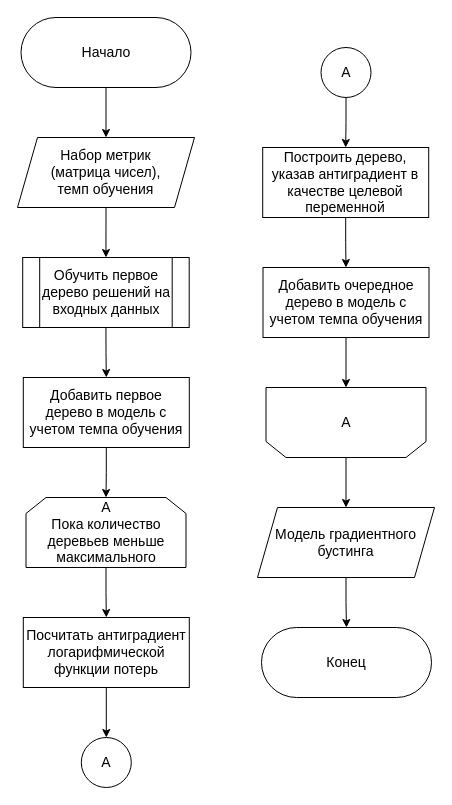
ilyasssklimov/bmstu_DefectDetection keeps this draw.io diagram as page "boosting" (2 of 4) of doc/inc/design/design.drawio. Above is the earlier version. Source tidied: cells renumbered, new cells numbered last; positions are measured from the earlier drawing's top-left corner, leaving out a move shared by most shapes. Both pictures are drawn from the tidied source at 100%, with x=0, y=0 at pixel (17, 17).
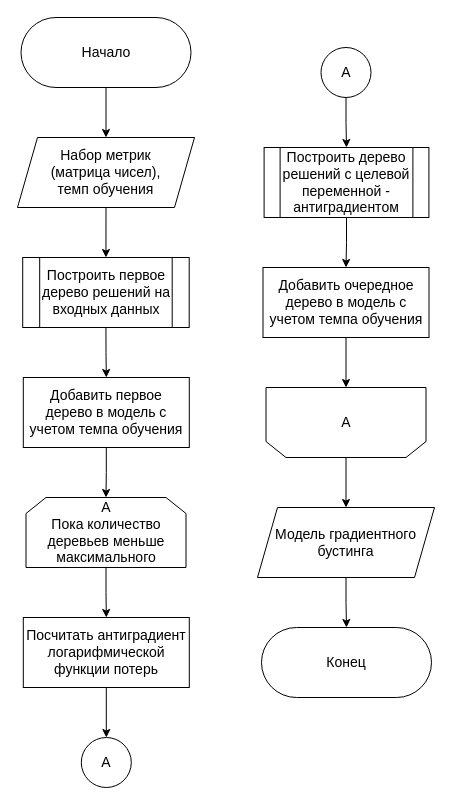
The same page after the edit.

Unchanged cells that the change refers to:
```xml
<mxCell id="16" value="&lt;font style=&quot;font-size: 14px;&quot;&gt;Добавить очередное дерево в модель с учетом темпа обучения&lt;/font&gt;" style="rounded=0;whiteSpace=wrap;html=1;" parent="1" vertex="1">
  <mxGeometry x="245.5" y="250" width="166" height="70" as="geometry" />
</mxCell>
<mxCell id="23" value="&lt;font style=&quot;font-size: 14px;&quot;&gt;А&lt;/font&gt;" style="ellipse;whiteSpace=wrap;html=1;" parent="1" vertex="1">
  <mxGeometry x="303.5" y="30" width="50" height="50" as="geometry" />
</mxCell>
```

Change to the diagram source:
```diff
@@
-    <mxCell id="12" style="edgeStyle=orthogonalEdgeStyle;rounded=0;jettySize=auto;html=1;exitX=0.5;exitY=1;exitDx=0;exitDy=0;entryX=0.5;entryY=0;entryDx=0;entryDy=0;" parent="1" edge="1" source="13" target="16">
+    <mxCell id="12" style="edgeStyle=orthogonalEdgeStyle;rounded=0;jettySize=auto;html=1;exitX=0.5;exitY=1;exitDx=0;exitDy=0;entryX=0.5;entryY=0;entryDx=0;entryDy=0;" parent="1" edge="1" source="28" target="16">
       <mxGeometry relative="1" as="geometry" />
     </mxCell>
-    <mxCell id="13" value="&lt;font style=&quot;font-size: 14px;&quot;&gt;Построить дерево, указав антиградиент в качестве целевой переменной&lt;br&gt;&lt;/font&gt;" style="rounded=0;whiteSpace=wrap;html=1;" parent="1" vertex="1">
-      <mxGeometry x="245.2" y="130" width="166" height="70" as="geometry" />
-    </mxCell>
@@
-    <mxCell id="22" style="edgeStyle=orthogonalEdgeStyle;rounded=0;jettySize=auto;html=1;exitX=0.5;exitY=1;exitDx=0;exitDy=0;entryX=0.5;entryY=0;entryDx=0;entryDy=0;" parent="1" edge="1" source="23" target="13">
+    <mxCell id="22" style="edgeStyle=orthogonalEdgeStyle;rounded=0;jettySize=auto;html=1;exitX=0.5;exitY=1;exitDx=0;exitDy=0;entryX=0.5;entryY=0;entryDx=0;entryDy=0;" parent="1" edge="1" source="23" target="28">
       <mxGeometry relative="1" as="geometry" />
     </mxCell>
@@
-    <mxCell id="24" value="&lt;div&gt;&lt;font style=&quot;font-size: 14px;&quot;&gt;Обучить первое дерево решений на входных данных&lt;br&gt;&lt;/font&gt;&lt;/div&gt;" style="shape=process;whiteSpace=wrap;html=1;backgroundOutline=1;" parent="1" vertex="1">
+    <mxCell id="24" value="&lt;div&gt;&lt;font style=&quot;font-size: 14px;&quot;&gt;Построить первое дерево решений на входных данных&lt;br&gt;&lt;/font&gt;&lt;/div&gt;" style="shape=process;whiteSpace=wrap;html=1;backgroundOutline=1;" parent="1" vertex="1">
       <mxGeometry x="5.2" y="240" width="166.5" height="70" as="geometry" />
     </mxCell>
@@
+    <mxCell id="28" value="&lt;div&gt;&lt;font style=&quot;font-size: 14px;&quot;&gt;Построить дерево решений с целевой&lt;/font&gt;&lt;/div&gt;&lt;div&gt;&lt;font style=&quot;font-size: 14px;&quot;&gt;переменной - антиградиентом&lt;br&gt;&lt;/font&gt;&lt;/div&gt;" style="shape=process;whiteSpace=wrap;html=1;backgroundOutline=1;" parent="1" vertex="1">
+      <mxGeometry x="246.6" y="130" width="164.8" height="70" as="geometry" />
+    </mxCell>
```
